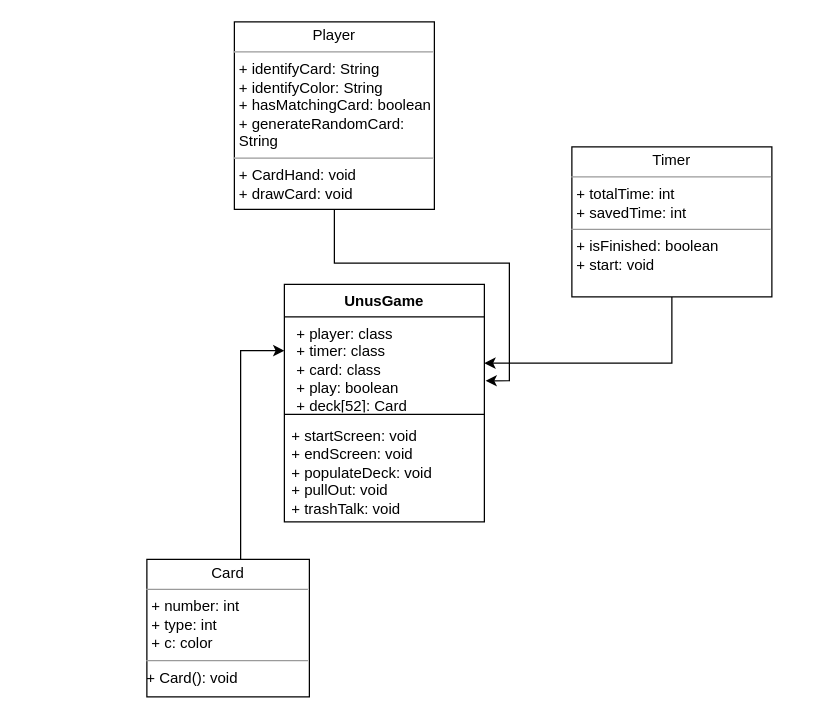
Before: UnoGame.drawio in LilianDm/UnoGame, a draw.io diagram. Source tidied: cells renumbered, new cells numbered last; positions are measured from the earlier drawing's top-left corner, leaving out a move shared by most shapes. Both pictures are drawn from the tidied source at 125%, with x=0, y=0 at pixel (146, 21).
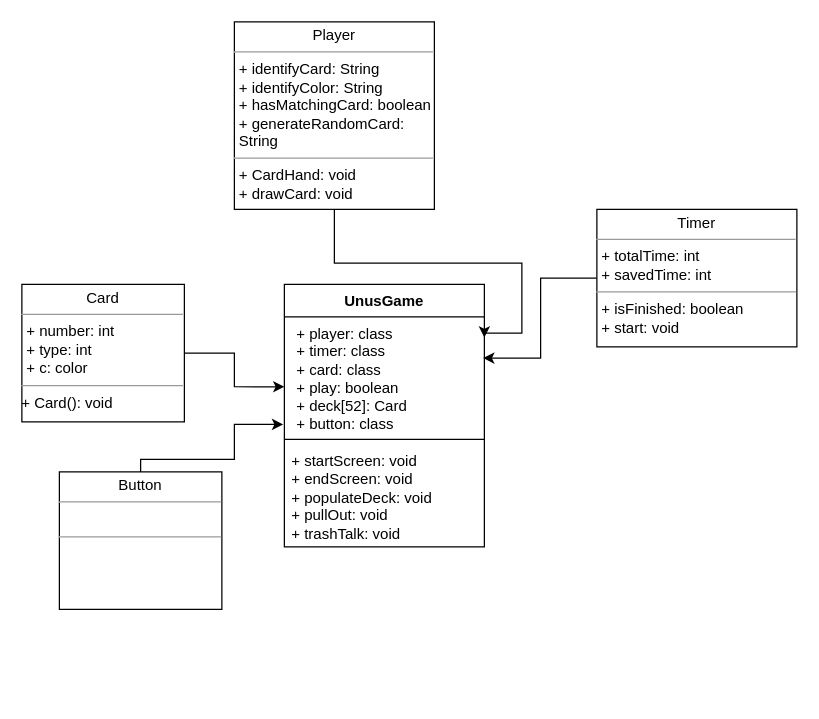
Above is the later version.

The edit, as a diff of the source:
```diff
@@
 <mxGraphModel>
   <root>
     <mxCell id="0" />
     <mxCell id="1" parent="0" />
-    <mxCell id="2" style="edgeStyle=orthogonalEdgeStyle;rounded=0;jettySize=auto;html=1;entryX=1.006;entryY=0.691;entryDx=0;entryDy=0;entryPerimeter=0;" parent="1" edge="1" source="3" target="7">
-      <mxGeometry relative="1" as="geometry" />
+    <mxCell id="2" style="edgeStyle=orthogonalEdgeStyle;rounded=0;jettySize=auto;html=1;entryX=1;entryY=0.176;entryDx=0;entryDy=0;entryPerimeter=0;" parent="1" edge="1" source="3" target="7">
+      <mxGeometry relative="1" as="geometry">
+        <Array as="points">
+          <mxPoint x="150" y="193" />
+          <mxPoint x="300" y="193" />
+          <mxPoint x="300" y="249" />
+        </Array>
+      </mxGeometry>
     </mxCell>
     <mxCell id="3" value="&lt;p style=&quot;margin:0px;margin-top:4px;text-align:center;&quot;&gt;Player&lt;/p&gt;&lt;hr size=&quot;1&quot;&gt;&lt;p style=&quot;margin:0px;margin-left:4px;&quot;&gt;+ identifyCard: String&lt;/p&gt;&lt;p style=&quot;margin:0px;margin-left:4px;&quot;&gt;+ identifyColor: String&lt;/p&gt;&lt;p style=&quot;margin:0px;margin-left:4px;&quot;&gt;+ hasMatchingCard: boolean&lt;/p&gt;&lt;p style=&quot;margin:0px;margin-left:4px;&quot;&gt;+ generateRandomCard: String&lt;/p&gt;&lt;hr size=&quot;1&quot;&gt;&lt;p style=&quot;margin:0px;margin-left:4px;&quot;&gt;+ CardHand: void&lt;br&gt;&lt;/p&gt;&lt;p style=&quot;margin:0px;margin-left:4px;&quot;&gt;+ drawCard: void&lt;br&gt;&lt;/p&gt;" style="verticalAlign=top;align=left;overflow=fill;html=1;whiteSpace=wrap;" parent="1" vertex="1">
       <mxGeometry x="70" width="160" height="150" as="geometry" />
     </mxCell>
-    <mxCell id="4" style="edgeStyle=orthogonalEdgeStyle;rounded=0;jettySize=auto;html=1;" parent="1" edge="1" target="7">
-      <mxGeometry relative="1" as="geometry">
-        <mxPoint x="80" y="440" as="sourcePoint" />
-        <Array as="points">
-          <mxPoint x="75" y="440" />
-          <mxPoint x="75" y="263" />
-        </Array>
-      </mxGeometry>
-    </mxCell>
+    <mxCell id="12" style="edgeStyle=orthogonalEdgeStyle;rounded=0;jettySize=auto;html=1;entryX=0;entryY=0.595;entryDx=0;entryDy=0;entryPerimeter=0;" parent="1" edge="1" source="5" target="7">
+      <mxGeometry relative="1" as="geometry" />
+    </mxCell>
     <mxCell id="5" value="&lt;p style=&quot;margin:0px;margin-top:4px;text-align:center;&quot;&gt;Card&lt;/p&gt;&lt;hr size=&quot;1&quot;&gt;&lt;p style=&quot;margin:0px;margin-left:4px;&quot;&gt;+ number: int&lt;/p&gt;&lt;p style=&quot;margin:0px;margin-left:4px;&quot;&gt;+ type: int&lt;/p&gt;&lt;p style=&quot;margin:0px;margin-left:4px;&quot;&gt;&lt;span style=&quot;background-color: initial;&quot;&gt;+ c: color&lt;/span&gt;&lt;/p&gt;&lt;hr size=&quot;1&quot;&gt;+ Card(): void&lt;p style=&quot;margin:0px;margin-left:4px;&quot;&gt;&lt;/p&gt;" style="verticalAlign=top;align=left;overflow=fill;html=1;whiteSpace=wrap;" parent="1" vertex="1">
-      <mxGeometry y="430" width="130" height="110" as="geometry" />
+      <mxGeometry x="-100" y="210" width="130" height="110" as="geometry" />
     </mxCell>
     <mxCell id="6" value="UnusGame" style="swimlane;fontStyle=1;align=center;verticalAlign=top;horizontal=1;startSize=26;whiteSpace=wrap;html=1;" parent="1" vertex="1">
-      <mxGeometry x="110" y="210" width="160" height="190" as="geometry" />
+      <mxGeometry x="110" y="210" width="160" height="210" as="geometry" />
     </mxCell>
-    <mxCell id="7" value="&lt;p style=&quot;--tw-border-spacing-x: 0; --tw-border-spacing-y: 0; --tw-translate-x: 0; --tw-translate-y: 0; --tw-rotate: 0; --tw-skew-x: 0; --tw-skew-y: 0; --tw-scale-x: 1; --tw-scale-y: 1; --tw-pan-x: ; --tw-pan-y: ; --tw-pinch-zoom: ; --tw-scroll-snap-strictness: proximity; --tw-gradient-from-position: ; --tw-gradient-via-position: ; --tw-gradient-to-position: ; --tw-ordinal: ; --tw-slashed-zero: ; --tw-numeric-figure: ; --tw-numeric-spacing: ; --tw-numeric-fraction: ; --tw-ring-inset: ; --tw-ring-offset-width: 0px; --tw-ring-offset-color: #fff; --tw-ring-color: rgb(59 130 246 / .5); --tw-ring-offset-shadow: 0 0 #0000; --tw-ring-shadow: 0 0 #0000; --tw-shadow: 0 0 #0000; --tw-shadow-colored: 0 0 #0000; --tw-blur: ; --tw-brightness: ; --tw-contrast: ; --tw-grayscale: ; --tw-hue-rotate: ; --tw-invert: ; --tw-saturate: ; --tw-sepia: ; --tw-drop-shadow: ; --tw-backdrop-blur: ; --tw-backdrop-brightness: ; --tw-backdrop-contrast: ; --tw-backdrop-grayscale: ; --tw-backdrop-hue-rotate: ; --tw-backdrop-invert: ; --tw-backdrop-opacity: ; --tw-backdrop-saturate: ; --tw-backdrop-sepia: ; border-color: var(--border-color); margin: 0px 0px 0px 4px;&quot;&gt;+ player: class&lt;/p&gt;&lt;p style=&quot;--tw-border-spacing-x: 0; --tw-border-spacing-y: 0; --tw-translate-x: 0; --tw-translate-y: 0; --tw-rotate: 0; --tw-skew-x: 0; --tw-skew-y: 0; --tw-scale-x: 1; --tw-scale-y: 1; --tw-pan-x: ; --tw-pan-y: ; --tw-pinch-zoom: ; --tw-scroll-snap-strictness: proximity; --tw-gradient-from-position: ; --tw-gradient-via-position: ; --tw-gradient-to-position: ; --tw-ordinal: ; --tw-slashed-zero: ; --tw-numeric-figure: ; --tw-numeric-spacing: ; --tw-numeric-fraction: ; --tw-ring-inset: ; --tw-ring-offset-width: 0px; --tw-ring-offset-color: #fff; --tw-ring-color: rgb(59 130 246 / .5); --tw-ring-offset-shadow: 0 0 #0000; --tw-ring-shadow: 0 0 #0000; --tw-shadow: 0 0 #0000; --tw-shadow-colored: 0 0 #0000; --tw-blur: ; --tw-brightness: ; --tw-contrast: ; --tw-grayscale: ; --tw-hue-rotate: ; --tw-invert: ; --tw-saturate: ; --tw-sepia: ; --tw-drop-shadow: ; --tw-backdrop-blur: ; --tw-backdrop-brightness: ; --tw-backdrop-contrast: ; --tw-backdrop-grayscale: ; --tw-backdrop-hue-rotate: ; --tw-backdrop-invert: ; --tw-backdrop-opacity: ; --tw-backdrop-saturate: ; --tw-backdrop-sepia: ; border-color: var(--border-color); margin: 0px 0px 0px 4px;&quot;&gt;+ timer: class&lt;/p&gt;&lt;p style=&quot;--tw-border-spacing-x: 0; --tw-border-spacing-y: 0; --tw-translate-x: 0; --tw-translate-y: 0; --tw-rotate: 0; --tw-skew-x: 0; --tw-skew-y: 0; --tw-scale-x: 1; --tw-scale-y: 1; --tw-pan-x: ; --tw-pan-y: ; --tw-pinch-zoom: ; --tw-scroll-snap-strictness: proximity; --tw-gradient-from-position: ; --tw-gradient-via-position: ; --tw-gradient-to-position: ; --tw-ordinal: ; --tw-slashed-zero: ; --tw-numeric-figure: ; --tw-numeric-spacing: ; --tw-numeric-fraction: ; --tw-ring-inset: ; --tw-ring-offset-width: 0px; --tw-ring-offset-color: #fff; --tw-ring-color: rgb(59 130 246 / .5); --tw-ring-offset-shadow: 0 0 #0000; --tw-ring-shadow: 0 0 #0000; --tw-shadow: 0 0 #0000; --tw-shadow-colored: 0 0 #0000; --tw-blur: ; --tw-brightness: ; --tw-contrast: ; --tw-grayscale: ; --tw-hue-rotate: ; --tw-invert: ; --tw-saturate: ; --tw-sepia: ; --tw-drop-shadow: ; --tw-backdrop-blur: ; --tw-backdrop-brightness: ; --tw-backdrop-contrast: ; --tw-backdrop-grayscale: ; --tw-backdrop-hue-rotate: ; --tw-backdrop-invert: ; --tw-backdrop-opacity: ; --tw-backdrop-saturate: ; --tw-backdrop-sepia: ; border-color: var(--border-color); margin: 0px 0px 0px 4px;&quot;&gt;+ card: class&lt;/p&gt;&lt;p style=&quot;--tw-border-spacing-x: 0; --tw-border-spacing-y: 0; --tw-translate-x: 0; --tw-translate-y: 0; --tw-rotate: 0; --tw-skew-x: 0; --tw-skew-y: 0; --tw-scale-x: 1; --tw-scale-y: 1; --tw-pan-x: ; --tw-pan-y: ; --tw-pinch-zoom: ; --tw-scroll-snap-strictness: proximity; --tw-gradient-from-position: ; --tw-gradient-via-position: ; --tw-gradient-to-position: ; --tw-ordinal: ; --tw-slashed-zero: ; --tw-numeric-figure: ; --tw-numeric-spacing: ; --tw-numeric-fraction: ; --tw-ring-inset: ; --tw-ring-offset-width: 0px; --tw-ring-offset-color: #fff; --tw-ring-color: rgb(59 130 246 / .5); --tw-ring-offset-shadow: 0 0 #0000; --tw-ring-shadow: 0 0 #0000; --tw-shadow: 0 0 #0000; --tw-shadow-colored: 0 0 #0000; --tw-blur: ; --tw-brightness: ; --tw-contrast: ; --tw-grayscale: ; --tw-hue-rotate: ; --tw-invert: ; --tw-saturate: ; --tw-sepia: ; --tw-drop-shadow: ; --tw-backdrop-blur: ; --tw-backdrop-brightness: ; --tw-backdrop-contrast: ; --tw-backdrop-grayscale: ; --tw-backdrop-hue-rotate: ; --tw-backdrop-invert: ; --tw-backdrop-opacity: ; --tw-backdrop-saturate: ; --tw-backdrop-sepia: ; border-color: var(--border-color); margin: 0px 0px 0px 4px;&quot;&gt;&lt;span style=&quot;background-color: initial;&quot;&gt;+ play: boolean&lt;/span&gt;&lt;/p&gt;&lt;p style=&quot;--tw-border-spacing-x: 0; --tw-border-spacing-y: 0; --tw-translate-x: 0; --tw-translate-y: 0; --tw-rotate: 0; --tw-skew-x: 0; --tw-skew-y: 0; --tw-scale-x: 1; --tw-scale-y: 1; --tw-pan-x: ; --tw-pan-y: ; --tw-pinch-zoom: ; --tw-scroll-snap-strictness: proximity; --tw-gradient-from-position: ; --tw-gradient-via-position: ; --tw-gradient-to-position: ; --tw-ordinal: ; --tw-slashed-zero: ; --tw-numeric-figure: ; --tw-numeric-spacing: ; --tw-numeric-fraction: ; --tw-ring-inset: ; --tw-ring-offset-width: 0px; --tw-ring-offset-color: #fff; --tw-ring-color: rgb(59 130 246 / .5); --tw-ring-offset-shadow: 0 0 #0000; --tw-ring-shadow: 0 0 #0000; --tw-shadow: 0 0 #0000; --tw-shadow-colored: 0 0 #0000; --tw-blur: ; --tw-brightness: ; --tw-contrast: ; --tw-grayscale: ; --tw-hue-rotate: ; --tw-invert: ; --tw-saturate: ; --tw-sepia: ; --tw-drop-shadow: ; --tw-backdrop-blur: ; --tw-backdrop-brightness: ; --tw-backdrop-contrast: ; --tw-backdrop-grayscale: ; --tw-backdrop-hue-rotate: ; --tw-backdrop-invert: ; --tw-backdrop-opacity: ; --tw-backdrop-saturate: ; --tw-backdrop-sepia: ; border-color: var(--border-color); margin: 0px 0px 0px 4px;&quot;&gt;&lt;span style=&quot;background-color: initial;&quot;&gt;+ deck[52]: Card&lt;/span&gt;&lt;br&gt;&lt;/p&gt;" style="text;strokeColor=none;fillColor=none;align=left;verticalAlign=top;spacingLeft=4;spacingRight=4;overflow=hidden;points=[[0,0.5],[1,0.5]];portConstraint=eastwest;whiteSpace=wrap;html=1;" parent="6" vertex="1">
-      <mxGeometry y="26" width="160" height="74" as="geometry" />
+    <mxCell id="7" value="&lt;p style=&quot;--tw-border-spacing-x: 0; --tw-border-spacing-y: 0; --tw-translate-x: 0; --tw-translate-y: 0; --tw-rotate: 0; --tw-skew-x: 0; --tw-skew-y: 0; --tw-scale-x: 1; --tw-scale-y: 1; --tw-pan-x: ; --tw-pan-y: ; --tw-pinch-zoom: ; --tw-scroll-snap-strictness: proximity; --tw-gradient-from-position: ; --tw-gradient-via-position: ; --tw-gradient-to-position: ; --tw-ordinal: ; --tw-slashed-zero: ; --tw-numeric-figure: ; --tw-numeric-spacing: ; --tw-numeric-fraction: ; --tw-ring-inset: ; --tw-ring-offset-width: 0px; --tw-ring-offset-color: #fff; --tw-ring-color: rgb(59 130 246 / .5); --tw-ring-offset-shadow: 0 0 #0000; --tw-ring-shadow: 0 0 #0000; --tw-shadow: 0 0 #0000; --tw-shadow-colored: 0 0 #0000; --tw-blur: ; --tw-brightness: ; --tw-contrast: ; --tw-grayscale: ; --tw-hue-rotate: ; --tw-invert: ; --tw-saturate: ; --tw-sepia: ; --tw-drop-shadow: ; --tw-backdrop-blur: ; --tw-backdrop-brightness: ; --tw-backdrop-contrast: ; --tw-backdrop-grayscale: ; --tw-backdrop-hue-rotate: ; --tw-backdrop-invert: ; --tw-backdrop-opacity: ; --tw-backdrop-saturate: ; --tw-backdrop-sepia: ; border-color: var(--border-color); margin: 0px 0px 0px 4px;&quot;&gt;+ player: class&lt;/p&gt;&lt;p style=&quot;--tw-border-spacing-x: 0; --tw-border-spacing-y: 0; --tw-translate-x: 0; --tw-translate-y: 0; --tw-rotate: 0; --tw-skew-x: 0; --tw-skew-y: 0; --tw-scale-x: 1; --tw-scale-y: 1; --tw-pan-x: ; --tw-pan-y: ; --tw-pinch-zoom: ; --tw-scroll-snap-strictness: proximity; --tw-gradient-from-position: ; --tw-gradient-via-position: ; --tw-gradient-to-position: ; --tw-ordinal: ; --tw-slashed-zero: ; --tw-numeric-figure: ; --tw-numeric-spacing: ; --tw-numeric-fraction: ; --tw-ring-inset: ; --tw-ring-offset-width: 0px; --tw-ring-offset-color: #fff; --tw-ring-color: rgb(59 130 246 / .5); --tw-ring-offset-shadow: 0 0 #0000; --tw-ring-shadow: 0 0 #0000; --tw-shadow: 0 0 #0000; --tw-shadow-colored: 0 0 #0000; --tw-blur: ; --tw-brightness: ; --tw-contrast: ; --tw-grayscale: ; --tw-hue-rotate: ; --tw-invert: ; --tw-saturate: ; --tw-sepia: ; --tw-drop-shadow: ; --tw-backdrop-blur: ; --tw-backdrop-brightness: ; --tw-backdrop-contrast: ; --tw-backdrop-grayscale: ; --tw-backdrop-hue-rotate: ; --tw-backdrop-invert: ; --tw-backdrop-opacity: ; --tw-backdrop-saturate: ; --tw-backdrop-sepia: ; border-color: var(--border-color); margin: 0px 0px 0px 4px;&quot;&gt;+ timer: class&lt;/p&gt;&lt;p style=&quot;--tw-border-spacing-x: 0; --tw-border-spacing-y: 0; --tw-translate-x: 0; --tw-translate-y: 0; --tw-rotate: 0; --tw-skew-x: 0; --tw-skew-y: 0; --tw-scale-x: 1; --tw-scale-y: 1; --tw-pan-x: ; --tw-pan-y: ; --tw-pinch-zoom: ; --tw-scroll-snap-strictness: proximity; --tw-gradient-from-position: ; --tw-gradient-via-position: ; --tw-gradient-to-position: ; --tw-ordinal: ; --tw-slashed-zero: ; --tw-numeric-figure: ; --tw-numeric-spacing: ; --tw-numeric-fraction: ; --tw-ring-inset: ; --tw-ring-offset-width: 0px; --tw-ring-offset-color: #fff; --tw-ring-color: rgb(59 130 246 / .5); --tw-ring-offset-shadow: 0 0 #0000; --tw-ring-shadow: 0 0 #0000; --tw-shadow: 0 0 #0000; --tw-shadow-colored: 0 0 #0000; --tw-blur: ; --tw-brightness: ; --tw-contrast: ; --tw-grayscale: ; --tw-hue-rotate: ; --tw-invert: ; --tw-saturate: ; --tw-sepia: ; --tw-drop-shadow: ; --tw-backdrop-blur: ; --tw-backdrop-brightness: ; --tw-backdrop-contrast: ; --tw-backdrop-grayscale: ; --tw-backdrop-hue-rotate: ; --tw-backdrop-invert: ; --tw-backdrop-opacity: ; --tw-backdrop-saturate: ; --tw-backdrop-sepia: ; border-color: var(--border-color); margin: 0px 0px 0px 4px;&quot;&gt;+ card: class&lt;/p&gt;&lt;p style=&quot;--tw-border-spacing-x: 0; --tw-border-spacing-y: 0; --tw-translate-x: 0; --tw-translate-y: 0; --tw-rotate: 0; --tw-skew-x: 0; --tw-skew-y: 0; --tw-scale-x: 1; --tw-scale-y: 1; --tw-pan-x: ; --tw-pan-y: ; --tw-pinch-zoom: ; --tw-scroll-snap-strictness: proximity; --tw-gradient-from-position: ; --tw-gradient-via-position: ; --tw-gradient-to-position: ; --tw-ordinal: ; --tw-slashed-zero: ; --tw-numeric-figure: ; --tw-numeric-spacing: ; --tw-numeric-fraction: ; --tw-ring-inset: ; --tw-ring-offset-width: 0px; --tw-ring-offset-color: #fff; --tw-ring-color: rgb(59 130 246 / .5); --tw-ring-offset-shadow: 0 0 #0000; --tw-ring-shadow: 0 0 #0000; --tw-shadow: 0 0 #0000; --tw-shadow-colored: 0 0 #0000; --tw-blur: ; --tw-brightness: ; --tw-contrast: ; --tw-grayscale: ; --tw-hue-rotate: ; --tw-invert: ; --tw-saturate: ; --tw-sepia: ; --tw-drop-shadow: ; --tw-backdrop-blur: ; --tw-backdrop-brightness: ; --tw-backdrop-contrast: ; --tw-backdrop-grayscale: ; --tw-backdrop-hue-rotate: ; --tw-backdrop-invert: ; --tw-backdrop-opacity: ; --tw-backdrop-saturate: ; --tw-backdrop-sepia: ; border-color: var(--border-color); margin: 0px 0px 0px 4px;&quot;&gt;&lt;span style=&quot;background-color: initial;&quot;&gt;+ play: boolean&lt;/span&gt;&lt;/p&gt;&lt;p style=&quot;--tw-border-spacing-x: 0; --tw-border-spacing-y: 0; --tw-translate-x: 0; --tw-translate-y: 0; --tw-rotate: 0; --tw-skew-x: 0; --tw-skew-y: 0; --tw-scale-x: 1; --tw-scale-y: 1; --tw-pan-x: ; --tw-pan-y: ; --tw-pinch-zoom: ; --tw-scroll-snap-strictness: proximity; --tw-gradient-from-position: ; --tw-gradient-via-position: ; --tw-gradient-to-position: ; --tw-ordinal: ; --tw-slashed-zero: ; --tw-numeric-figure: ; --tw-numeric-spacing: ; --tw-numeric-fraction: ; --tw-ring-inset: ; --tw-ring-offset-width: 0px; --tw-ring-offset-color: #fff; --tw-ring-color: rgb(59 130 246 / .5); --tw-ring-offset-shadow: 0 0 #0000; --tw-ring-shadow: 0 0 #0000; --tw-shadow: 0 0 #0000; --tw-shadow-colored: 0 0 #0000; --tw-blur: ; --tw-brightness: ; --tw-contrast: ; --tw-grayscale: ; --tw-hue-rotate: ; --tw-invert: ; --tw-saturate: ; --tw-sepia: ; --tw-drop-shadow: ; --tw-backdrop-blur: ; --tw-backdrop-brightness: ; --tw-backdrop-contrast: ; --tw-backdrop-grayscale: ; --tw-backdrop-hue-rotate: ; --tw-backdrop-invert: ; --tw-backdrop-opacity: ; --tw-backdrop-saturate: ; --tw-backdrop-sepia: ; border-color: var(--border-color); margin: 0px 0px 0px 4px;&quot;&gt;&lt;span style=&quot;background-color: initial;&quot;&gt;+ deck[52]: Card&lt;/span&gt;&lt;br&gt;&lt;/p&gt;&lt;p style=&quot;--tw-border-spacing-x: 0; --tw-border-spacing-y: 0; --tw-translate-x: 0; --tw-translate-y: 0; --tw-rotate: 0; --tw-skew-x: 0; --tw-skew-y: 0; --tw-scale-x: 1; --tw-scale-y: 1; --tw-pan-x: ; --tw-pan-y: ; --tw-pinch-zoom: ; --tw-scroll-snap-strictness: proximity; --tw-gradient-from-position: ; --tw-gradient-via-position: ; --tw-gradient-to-position: ; --tw-ordinal: ; --tw-slashed-zero: ; --tw-numeric-figure: ; --tw-numeric-spacing: ; --tw-numeric-fraction: ; --tw-ring-inset: ; --tw-ring-offset-width: 0px; --tw-ring-offset-color: #fff; --tw-ring-color: rgb(59 130 246 / .5); --tw-ring-offset-shadow: 0 0 #0000; --tw-ring-shadow: 0 0 #0000; --tw-shadow: 0 0 #0000; --tw-shadow-colored: 0 0 #0000; --tw-blur: ; --tw-brightness: ; --tw-contrast: ; --tw-grayscale: ; --tw-hue-rotate: ; --tw-invert: ; --tw-saturate: ; --tw-sepia: ; --tw-drop-shadow: ; --tw-backdrop-blur: ; --tw-backdrop-brightness: ; --tw-backdrop-contrast: ; --tw-backdrop-grayscale: ; --tw-backdrop-hue-rotate: ; --tw-backdrop-invert: ; --tw-backdrop-opacity: ; --tw-backdrop-saturate: ; --tw-backdrop-sepia: ; border-color: var(--border-color); margin: 0px 0px 0px 4px;&quot;&gt;&lt;span style=&quot;background-color: initial;&quot;&gt;+ button: class&lt;/span&gt;&lt;/p&gt;" style="text;strokeColor=none;fillColor=none;align=left;verticalAlign=top;spacingLeft=4;spacingRight=4;overflow=hidden;points=[[0,0.5],[1,0.5]];portConstraint=eastwest;whiteSpace=wrap;html=1;" parent="6" vertex="1">
+      <mxGeometry y="26" width="160" height="94" as="geometry" />
     </mxCell>
     <mxCell id="8" style="line;strokeWidth=1;fillColor=none;align=left;verticalAlign=middle;spacingTop=-1;spacingLeft=3;spacingRight=3;labelPosition=right;strokeColor=inherit;" parent="6" vertex="1">
-      <mxGeometry y="100" width="160" height="8" as="geometry" />
+      <mxGeometry y="120" width="160" height="8" as="geometry" />
     </mxCell>
     <mxCell id="9" value="+ startScreen: void&lt;br&gt;+ endScreen: void&lt;br&gt;+ populateDeck: void&lt;br&gt;+ pullOut: void&lt;br&gt;+ trashTalk: void" style="text;strokeColor=none;fillColor=none;align=left;verticalAlign=top;spacingLeft=4;spacingRight=4;overflow=hidden;whiteSpace=wrap;html=1;" parent="6" vertex="1">
-      <mxGeometry y="108" width="160" height="82" as="geometry" />
+      <mxGeometry y="128" width="160" height="82" as="geometry" />
     </mxCell>
-    <mxCell id="10" style="edgeStyle=orthogonalEdgeStyle;rounded=0;jettySize=auto;html=1;" parent="1" edge="1" source="11" target="7">
+    <mxCell id="10" style="edgeStyle=orthogonalEdgeStyle;rounded=0;jettySize=auto;html=1;entryX=0.994;entryY=0.351;entryDx=0;entryDy=0;entryPerimeter=0;" parent="1" edge="1" source="11" target="7">
       <mxGeometry relative="1" as="geometry" />
     </mxCell>
     <mxCell id="11" value="&lt;p style=&quot;margin:0px;margin-top:4px;text-align:center;&quot;&gt;Timer&lt;/p&gt;&lt;hr size=&quot;1&quot;&gt;&lt;p style=&quot;margin:0px;margin-left:4px;&quot;&gt;+ totalTime: int&lt;/p&gt;&lt;p style=&quot;margin:0px;margin-left:4px;&quot;&gt;+ savedTime: int&lt;/p&gt;&lt;hr size=&quot;1&quot;&gt;&lt;p style=&quot;margin:0px;margin-left:4px;&quot;&gt;+ isFinished: boolean&lt;/p&gt;&lt;p style=&quot;margin:0px;margin-left:4px;&quot;&gt;+ start: void&lt;/p&gt;" style="verticalAlign=top;align=left;overflow=fill;html=1;whiteSpace=wrap;" parent="1" vertex="1">
-      <mxGeometry x="340" y="100" width="160" height="120" as="geometry" />
+      <mxGeometry x="360" y="150" width="160" height="110" as="geometry" />
     </mxCell>
+    <mxCell id="13" value="&lt;p style=&quot;margin:0px;margin-top:4px;text-align:center;&quot;&gt;Button&lt;/p&gt;&lt;hr size=&quot;1&quot;&gt;&lt;p style=&quot;margin:0px;margin-left:4px;&quot;&gt;&lt;br&gt;&lt;/p&gt;&lt;hr size=&quot;1&quot;&gt;&lt;p style=&quot;margin:0px;margin-left:4px;&quot;&gt;&lt;/p&gt;" style="verticalAlign=top;align=left;overflow=fill;html=1;whiteSpace=wrap;" parent="1" vertex="1">
+      <mxGeometry x="-70" y="360" width="130" height="110" as="geometry" />
+    </mxCell>
+    <mxCell id="14" style="edgeStyle=orthogonalEdgeStyle;rounded=0;jettySize=auto;html=1;entryX=-0.006;entryY=0.915;entryDx=0;entryDy=0;entryPerimeter=0;" parent="1" edge="1" source="13" target="7">
+      <mxGeometry relative="1" as="geometry">
+        <Array as="points">
+          <mxPoint x="-5" y="350" />
+          <mxPoint x="70" y="350" />
+          <mxPoint x="70" y="322" />
+        </Array>
+      </mxGeometry>
+    </mxCell>
   </root>
 </mxGraphModel>
```
